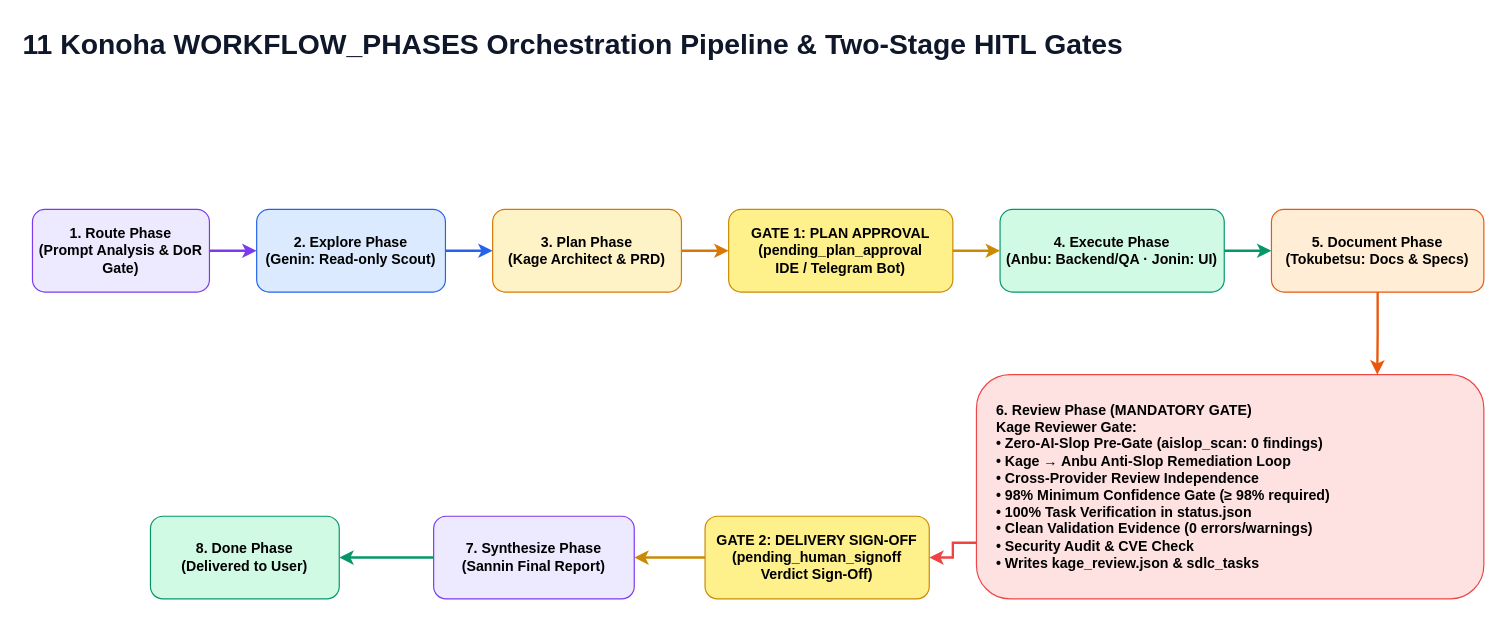
Before: page "11 Kage Pre-Delivery Reviewer Workflow Gate" (11 of 15) of docs/diagrams/konoha-architecture.drawio in andycungkrinx91/konoha, a draw.io diagram. Source tidied: cells renumbered, new cells numbered last; positions are measured from the earlier drawing's top-left corner, leaving out a move shared by most shapes. Both pictures are drawn from the tidied source at 118%, with x=0, y=0 at pixel (20, 20).
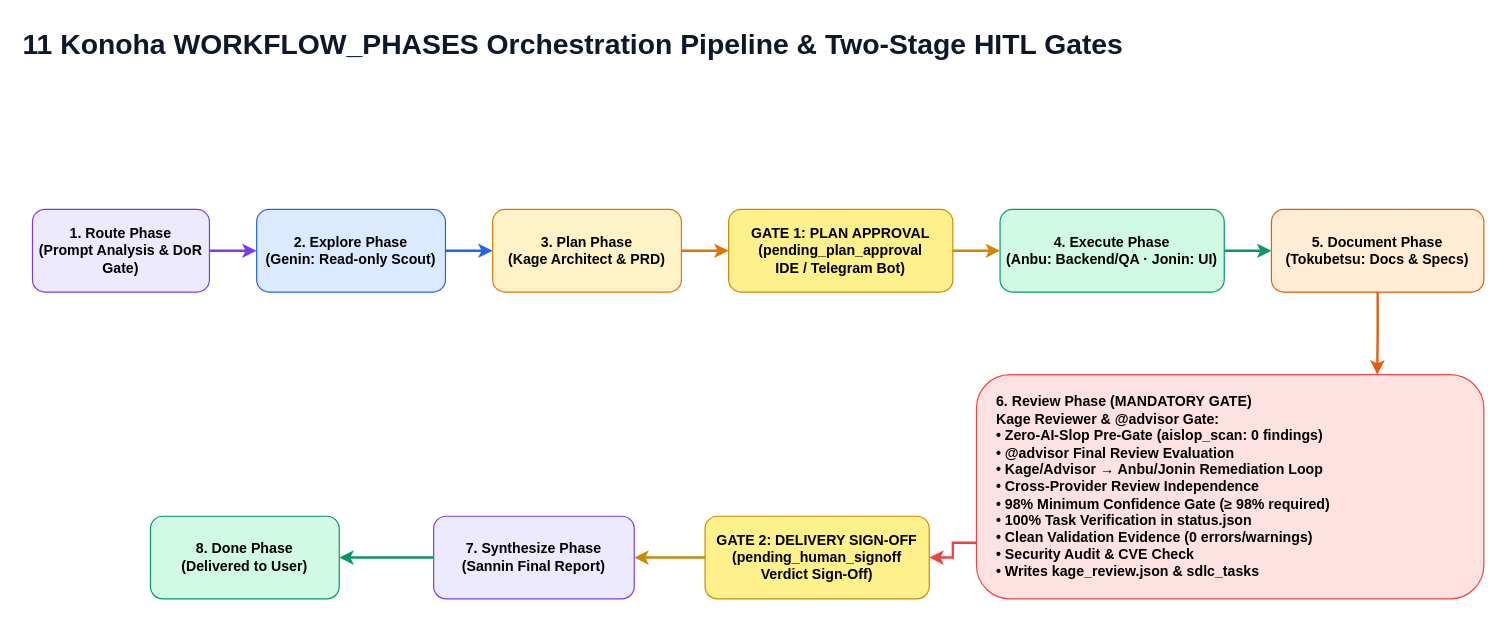
After the change.

The edit, as a diff of the source:
```diff
@@
-    <mxCell id="9" value="6. Review Phase (MANDATORY GATE)&#10;Kage Reviewer Gate:&#10;• Zero-AI-Slop Pre-Gate (aislop_scan: 0 findings)&#10;• Kage → Anbu Anti-Slop Remediation Loop&#10;• Cross-Provider Review Independence&#10;• 98% Minimum Confidence Gate (≥ 98% required)&#10;• 100% Task Verification in status.json&#10;• Clean Validation Evidence (0 errors/warnings)&#10;• Security Audit &amp; CVE Check&#10;• Writes kage_review.json &amp; sdlc_tasks" style="rounded=1;html=1;whiteSpace=wrap;fillColor=#fee2e2;strokeColor=#ef4444;fontStyle=1;align=left;spacingLeft=15;" parent="1" vertex="1">
+    <mxCell id="9" value="6. Review Phase (MANDATORY GATE)&#10;Kage Reviewer &amp; @advisor Gate:&#10;• Zero-AI-Slop Pre-Gate (aislop_scan: 0 findings)&#10;• @advisor Final Review Evaluation&#10;• Kage/Advisor → Anbu/Jonin Remediation Loop&#10;• Cross-Provider Review Independence&#10;• 98% Minimum Confidence Gate (≥ 98% required)&#10;• 100% Task Verification in status.json&#10;• Clean Validation Evidence (0 errors/warnings)&#10;• Security Audit &amp; CVE Check&#10;• Writes kage_review.json &amp; sdlc_tasks" style="rounded=1;html=1;whiteSpace=wrap;fillColor=#fee2e2;strokeColor=#ef4444;fontStyle=1;align=left;spacingLeft=15;" parent="1" vertex="1">
       <mxGeometry x="810" y="300" width="430" height="190" as="geometry" />
     </mxCell>
```
